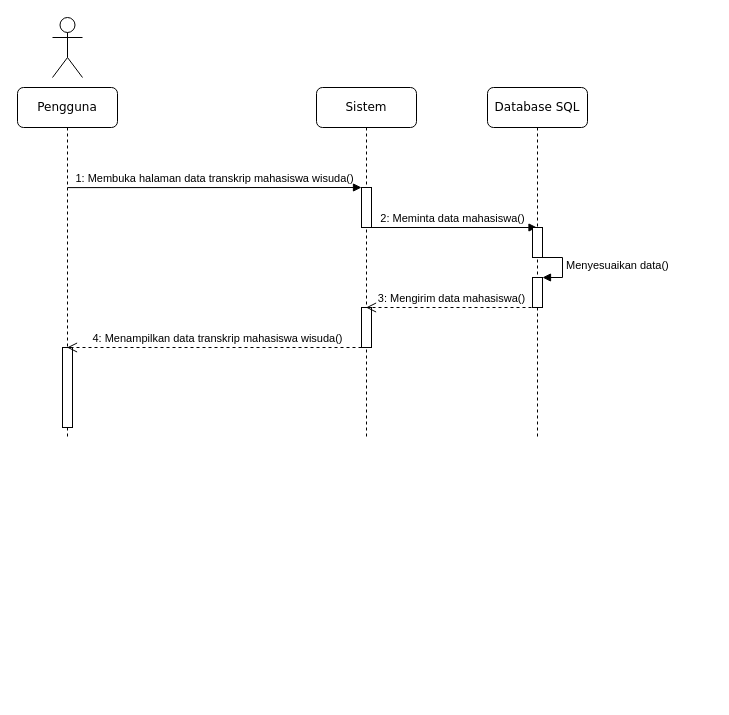
This is page "Excel" (13 of 13) of SIAKAD ERD.drawio from RidhoAnshory/drawiocloud, a draw.io file, before an edit. Source tidied: cells renumbered, new cells numbered last; positions are measured from the earlier drawing's top-left corner, leaving out a move shared by most shapes. Both pictures are drawn from the tidied source at 100%, with x=0, y=0 at pixel (17, 17).
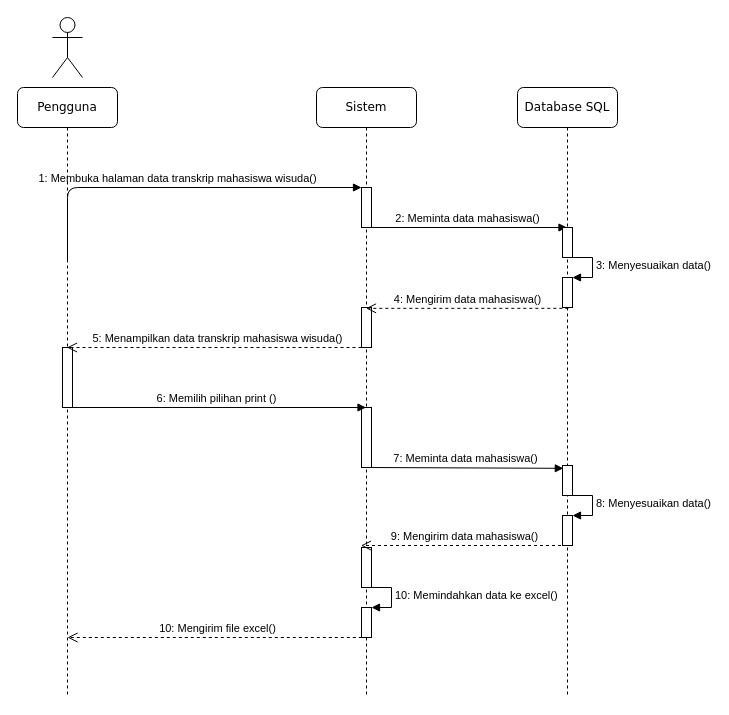
After the change.

Unchanged cells that the change refers to:
```xml
<mxCell id="8" style="html=1;points=[];perimeter=orthogonalPerimeter;" parent="6" vertex="1">
  <mxGeometry x="45" y="190" width="10" height="30" as="geometry" />
</mxCell>
```

What changed in the source:
```diff
@@
     <mxCell id="2" value="Sistem" style="shape=umlLifeline;perimeter=lifelinePerimeter;whiteSpace=wrap;html=1;outlineConnect=0;rounded=1;shadow=0;comic=0;labelBackgroundColor=none;strokeWidth=1;fontFamily=Verdana;fontSize=12;align=center;" parent="1" vertex="1">
-      <mxGeometry x="299" y="70" width="100" height="350" as="geometry" />
+      <mxGeometry x="299" y="70" width="100" height="610" as="geometry" />
     </mxCell>
@@
+    <mxCell id="16" style="html=1;perimeter=orthogonalPerimeter;fontFamily=Helvetica;fontSize=11;" parent="2" vertex="1">
+      <mxGeometry x="45" y="320" width="10" height="60" as="geometry" />
+    </mxCell>
+    <mxCell id="17" value="7: Meminta data mahasiswa()" style="html=1;verticalAlign=bottom;endArrow=block;fontFamily=Helvetica;fontSize=11;entryX=0.083;entryY=0.094;entryDx=0;entryDy=0;entryPerimeter=0;" parent="2" edge="1" target="22">
+      <mxGeometry relative="1" as="geometry">
+        <mxPoint x="51" y="380" as="sourcePoint" />
+      </mxGeometry>
+    </mxCell>
+    <mxCell id="18" style="html=1;perimeter=orthogonalPerimeter;fontFamily=Helvetica;fontSize=11;" parent="2" vertex="1">
+      <mxGeometry x="45" y="460" width="10" height="40" as="geometry" />
+    </mxCell>
+    <mxCell id="19" style="html=1;points=[];perimeter=orthogonalPerimeter;" parent="2" vertex="1">
+      <mxGeometry x="45" y="520" width="10" height="30" as="geometry" />
+    </mxCell>
+    <mxCell id="20" value="10: Memindahkan data ke excel()" style="edgeStyle=orthogonalEdgeStyle;html=1;align=left;spacingLeft=2;endArrow=block;rounded=0;entryX=1;entryY=0;" parent="2" edge="1" target="19">
+      <mxGeometry relative="1" as="geometry">
+        <mxPoint x="50" y="500" as="sourcePoint" />
+        <Array as="points">
+          <mxPoint x="75" y="500" />
+        </Array>
+      </mxGeometry>
+    </mxCell>
     <mxCell id="6" value="Database SQL" style="shape=umlLifeline;perimeter=lifelinePerimeter;whiteSpace=wrap;html=1;outlineConnect=0;rounded=1;shadow=0;comic=0;labelBackgroundColor=none;strokeWidth=1;fontFamily=Verdana;fontSize=12;align=center;" parent="1" vertex="1">
-      <mxGeometry x="470" y="70" width="100" height="350" as="geometry" />
+      <mxGeometry x="500" y="70" width="100" height="610" as="geometry" />
     </mxCell>
@@
-    <mxCell id="9" value="Menyesuaikan data()" style="edgeStyle=orthogonalEdgeStyle;html=1;align=left;spacingLeft=2;endArrow=block;rounded=0;entryX=1;entryY=0;" parent="6" edge="1" target="8">
+    <mxCell id="9" value="3: Menyesuaikan data()" style="edgeStyle=orthogonalEdgeStyle;html=1;align=left;spacingLeft=2;endArrow=block;rounded=0;entryX=1;entryY=0;" parent="6" edge="1" target="8">
       <mxGeometry relative="1" as="geometry">
         <mxPoint x="50" y="170" as="sourcePoint" />
         <Array as="points">
           <mxPoint x="75" y="170" />
         </Array>
       </mxGeometry>
     </mxCell>
     <mxCell id="10" value="Pengguna" style="shape=umlLifeline;perimeter=lifelinePerimeter;whiteSpace=wrap;html=1;outlineConnect=0;rounded=1;shadow=0;comic=0;labelBackgroundColor=none;strokeWidth=1;fontFamily=Verdana;fontSize=12;align=center;" parent="1" vertex="1">
-      <mxGeometry y="70" width="100" height="350" as="geometry" />
+      <mxGeometry y="70" width="100" height="610" as="geometry" />
     </mxCell>
     <mxCell id="11" style="html=1;perimeter=orthogonalPerimeter;fontFamily=Helvetica;fontSize=11;" parent="10" vertex="1">
-      <mxGeometry x="45" y="260" width="10" height="80" as="geometry" />
+      <mxGeometry x="45" y="260" width="10" height="60" as="geometry" />
     </mxCell>
+    <mxCell id="21" value="6: Memilih pilihan print ()" style="html=1;verticalAlign=bottom;endArrow=block;fontFamily=Helvetica;fontSize=11;" parent="10" edge="1" target="2">
+      <mxGeometry relative="1" as="geometry">
+        <mxPoint x="50" y="320" as="sourcePoint" />
+      </mxGeometry>
+    </mxCell>
@@
-    <mxCell id="14" value="3: Mengirim data mahasiswa()" style="html=1;verticalAlign=bottom;endArrow=open;dashed=1;endSize=8;" parent="1" edge="1" target="2">
-      <mxGeometry relative="1" as="geometry">
-        <mxPoint x="520" y="290" as="sourcePoint" />
-      </mxGeometry>
+    <mxCell id="14" value="4: Mengirim data mahasiswa()" style="html=1;verticalAlign=bottom;endArrow=open;dashed=1;endSize=8;exitX=0.583;exitY=1.028;exitDx=0;exitDy=0;exitPerimeter=0;" parent="1" edge="1" source="8" target="2">
+      <mxGeometry relative="1" as="geometry" />
     </mxCell>
-    <mxCell id="15" value="4: Menampilkan data transkrip mahasiswa wisuda()" style="html=1;verticalAlign=bottom;endArrow=open;dashed=1;endSize=8;" parent="1" edge="1" target="10">
+    <mxCell id="15" value="5: Menampilkan data transkrip mahasiswa wisuda()" style="html=1;verticalAlign=bottom;endArrow=open;dashed=1;endSize=8;" parent="1" edge="1" target="10">
       <mxGeometry relative="1" as="geometry">
         <mxPoint x="350" y="330" as="sourcePoint" />
       </mxGeometry>
     </mxCell>
+    <mxCell id="22" style="html=1;points=[];perimeter=orthogonalPerimeter;" parent="1" vertex="1">
+      <mxGeometry x="545" y="448" width="10" height="30" as="geometry" />
+    </mxCell>
+    <mxCell id="23" style="html=1;points=[];perimeter=orthogonalPerimeter;" parent="1" vertex="1">
+      <mxGeometry x="545" y="498" width="10" height="30" as="geometry" />
+    </mxCell>
+    <mxCell id="24" value="8: Menyesuaikan data()" style="edgeStyle=orthogonalEdgeStyle;html=1;align=left;spacingLeft=2;endArrow=block;rounded=0;entryX=1;entryY=0;" parent="1" edge="1" target="23">
+      <mxGeometry relative="1" as="geometry">
+        <mxPoint x="550" y="478" as="sourcePoint" />
+        <Array as="points">
+          <mxPoint x="575" y="478" />
+        </Array>
+      </mxGeometry>
+    </mxCell>
+    <mxCell id="25" value="9: Mengirim data mahasiswa()" style="html=1;verticalAlign=bottom;endArrow=open;dashed=1;endSize=8;" parent="1" edge="1" source="6">
+      <mxGeometry relative="1" as="geometry">
+        <mxPoint x="343.5" y="528" as="targetPoint" />
+      </mxGeometry>
+    </mxCell>
+    <mxCell id="26" value="10: Mengirim file excel()" style="html=1;verticalAlign=bottom;endArrow=open;dashed=1;endSize=8;" parent="1" edge="1">
+      <mxGeometry relative="1" as="geometry">
+        <mxPoint x="350.3" y="620" as="sourcePoint" />
+        <mxPoint x="50" y="620" as="targetPoint" />
+      </mxGeometry>
+    </mxCell>
```
